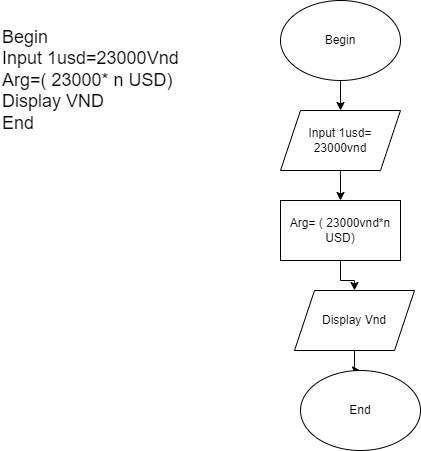
Before: Biểu đồ không có tiêu đề.drawio.png, a diagram exported from draw.io (anhtoan1210/lequangtoan). Source tidied: cells renumbered, new cells last; positions are measured from the earlier drawing's top-left corner, leaving out a move shared by most shapes.
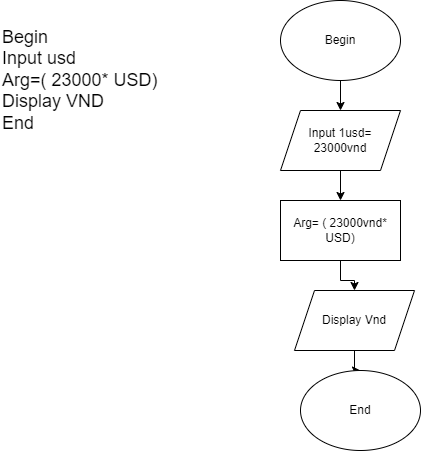
After the commit.

Commit message:
bai tap hoan doi tien te

What changed in the source:
```diff
@@ -17,7 +17,7 @@
     <mxCell id="6" style="edgeStyle=orthogonalEdgeStyle;rounded=0;jettySize=auto;html=1;" parent="1" edge="1" source="7" target="9">
       <mxGeometry relative="1" as="geometry" />
     </mxCell>
-    <mxCell id="7" value="Arg= ( 23000vnd*n&lt;br&gt;USD)" style="whiteSpace=wrap;html=1;" parent="1" vertex="1">
+    <mxCell id="7" value="Arg= ( 23000vnd*&lt;br&gt;USD)" style="whiteSpace=wrap;html=1;" parent="1" vertex="1">
       <mxGeometry x="280" y="200" width="120" height="60" as="geometry" />
     </mxCell>
     <mxCell id="8" style="edgeStyle=orthogonalEdgeStyle;rounded=0;jettySize=auto;html=1;" parent="1" edge="1" source="9" target="10">
@@ -29,8 +29,8 @@
     <mxCell id="10" value="End" style="ellipse;whiteSpace=wrap;html=1;" parent="1" vertex="1">
       <mxGeometry x="300" y="370" width="120" height="80" as="geometry" />
     </mxCell>
-    <mxCell id="11" value="&lt;font style=&quot;font-size: 18px;&quot;&gt;Begin&lt;br&gt;Input 1usd=23000Vnd&lt;br&gt;Arg=( 23000* n USD)&lt;br&gt;Display VND&lt;br&gt;End&lt;/font&gt;" style="text;html=1;align=left;verticalAlign=middle;strokeColor=none;fillColor=none;" parent="1" vertex="1">
-      <mxGeometry y="20" width="200" height="120" as="geometry" />
+    <mxCell id="11" value="&lt;font style=&quot;font-size: 18px;&quot;&gt;Begin&lt;br&gt;Input usd&lt;br&gt;Arg=( 23000* USD)&lt;br&gt;Display VND&lt;br&gt;End&lt;/font&gt;" style="text;html=1;align=left;verticalAlign=middle;strokeColor=none;fillColor=none;" parent="1" vertex="1">
+      <mxGeometry y="20" width="180" height="120" as="geometry" />
     </mxCell>
   </root>
 </mxGraphModel>
```
